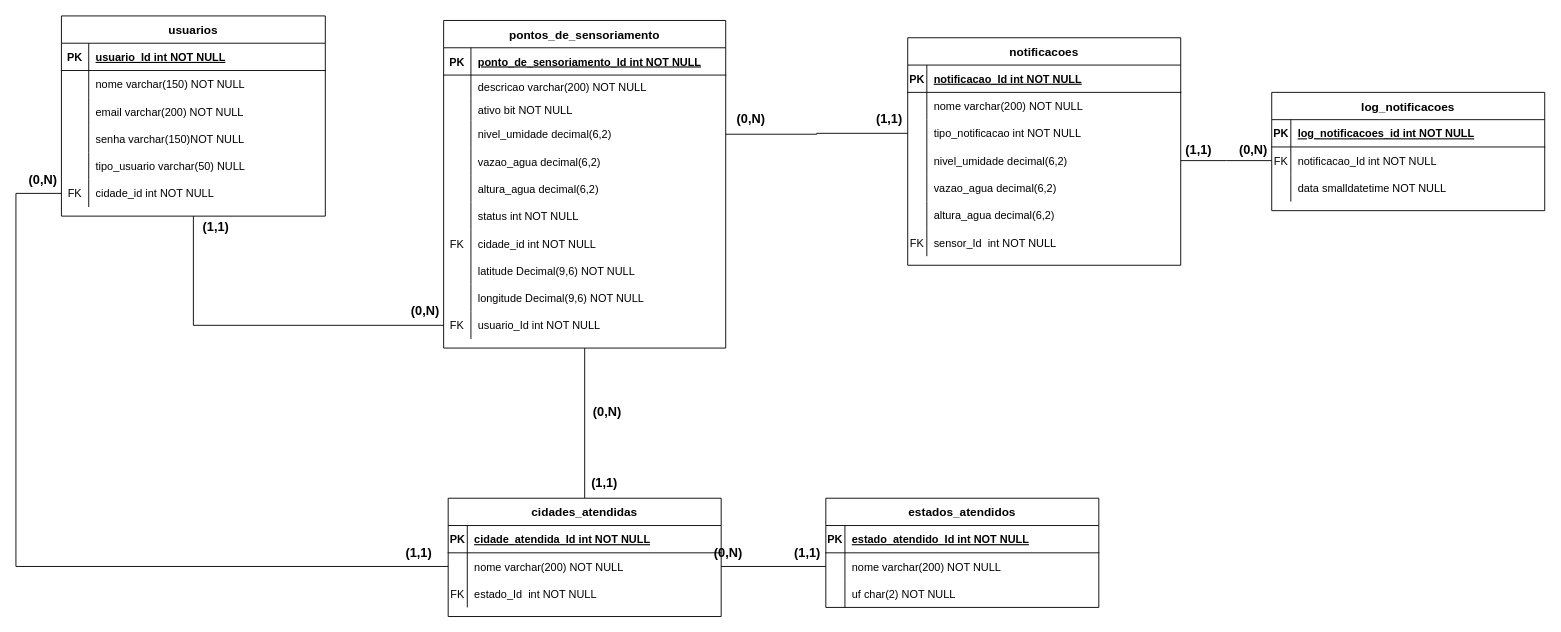
Above: BancoDeDados/Diagrama-banco-de-dados.drawio in Avisa-Enchente-Org/AvisaEnchenteProject (draw.io), before the change. Source tidied: cells renumbered, new cells numbered last; positions are measured from the earlier drawing's top-left corner, leaving out a move shared by most shapes. Both pictures are drawn from the tidied source at 91%, with x=0, y=0 at pixel (15, 15).
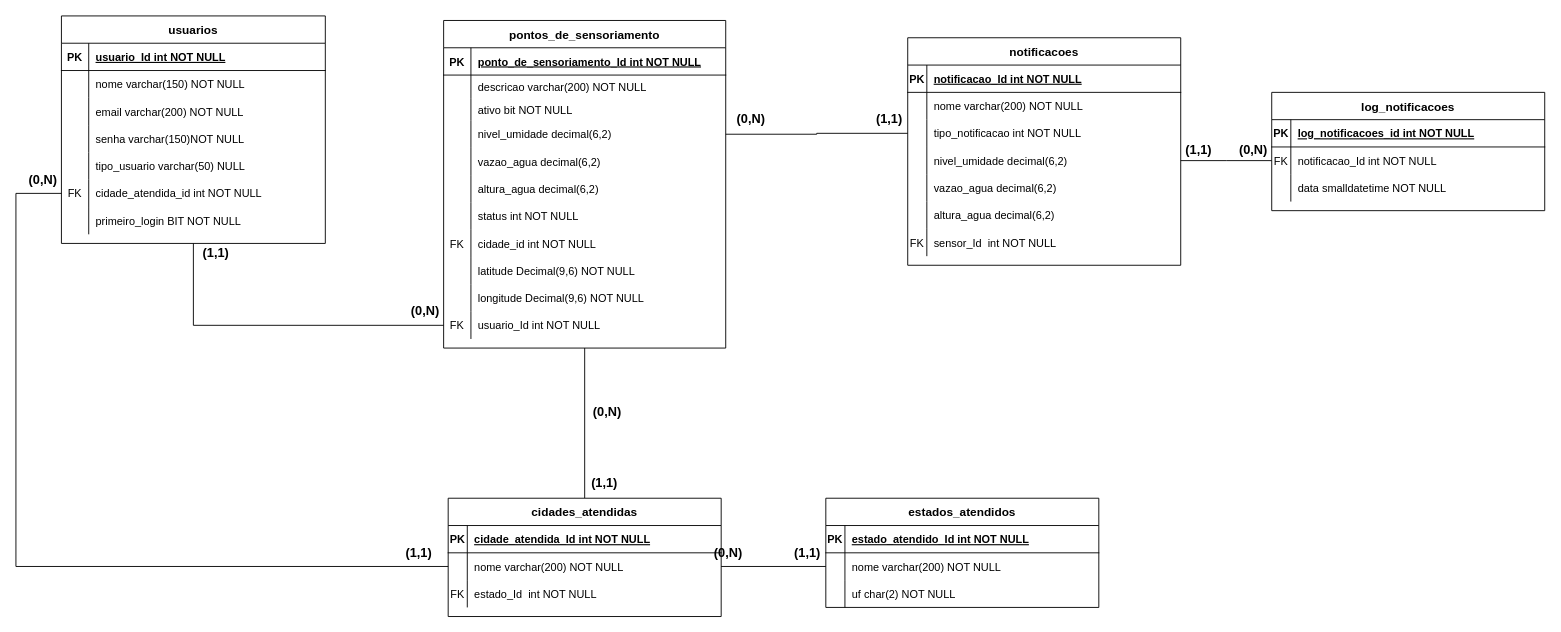
After the change.

Commit message (it also covers changes not shown here):
docs(banco-de-dados): Atualizado tabela de usuário

#5

Unchanged cells that the change refers to:
```xml
<mxCell id="76" style="shape=partialRectangle;fillColor=none;points=[[0,0.5],[1,0.5]];portConstraint=eastwest;top=0;left=0;right=0;bottom=0;" parent="60" vertex="1">
  <mxGeometry y="180" width="290" height="30" as="geometry" />
</mxCell>
```

Diff of the diagram source:
```diff
@@
     <mxCell id="60" value="usuarios" style="shape=table;startSize=30;childLayout=tableLayout;rowLines=0;fontStyle=1;align=center;fontSize=13;" parent="1" vertex="1">
-      <mxGeometry x="50" width="290" height="220" as="geometry" />
+      <mxGeometry x="50" width="290" height="250" as="geometry" />
     </mxCell>
@@
-    <mxCell id="78" value="cidade_id int NOT NULL" style="shape=partialRectangle;overflow=hidden;fillColor=none;top=0;left=0;bottom=0;right=0;align=left;spacingLeft=6;" parent="76" vertex="1">
+    <mxCell id="78" value="cidade_atendida_id int NOT NULL" style="shape=partialRectangle;overflow=hidden;fillColor=none;top=0;left=0;bottom=0;right=0;align=left;spacingLeft=6;" parent="76" vertex="1">
       <mxGeometry x="30" width="260" height="30" as="geometry" />
     </mxCell>
+    <mxCell id="125" style="shape=partialRectangle;fillColor=none;top=0;left=0;right=0;bottom=0;" parent="60" vertex="1">
+      <mxGeometry y="210" width="290" height="30" as="geometry" />
+    </mxCell>
+    <mxCell id="126" style="shape=partialRectangle;overflow=hidden;fillColor=none;top=0;left=0;bottom=0;right=0;" parent="125" vertex="1">
+      <mxGeometry width="30" height="30" as="geometry" />
+    </mxCell>
+    <mxCell id="127" value="primeiro_login BIT NOT NULL" style="shape=partialRectangle;overflow=hidden;fillColor=none;top=0;left=0;bottom=0;right=0;align=left;spacingLeft=6;" parent="125" vertex="1">
+      <mxGeometry x="30" width="260" height="30" as="geometry" />
+    </mxCell>
@@
     <mxCell id="80" value="&lt;span style=&quot;font-size: 14px&quot;&gt;(1,1)&lt;/span&gt;" style="text;html=1;strokeColor=none;fillColor=none;align=center;verticalAlign=middle;whiteSpace=wrap;rounded=0;fontSize=14;fontStyle=1;" parent="1" vertex="1">
-      <mxGeometry x="200" y="222" width="40" height="20" as="geometry" />
+      <mxGeometry x="200" y="250" width="40" height="20" as="geometry" />
     </mxCell>
```
